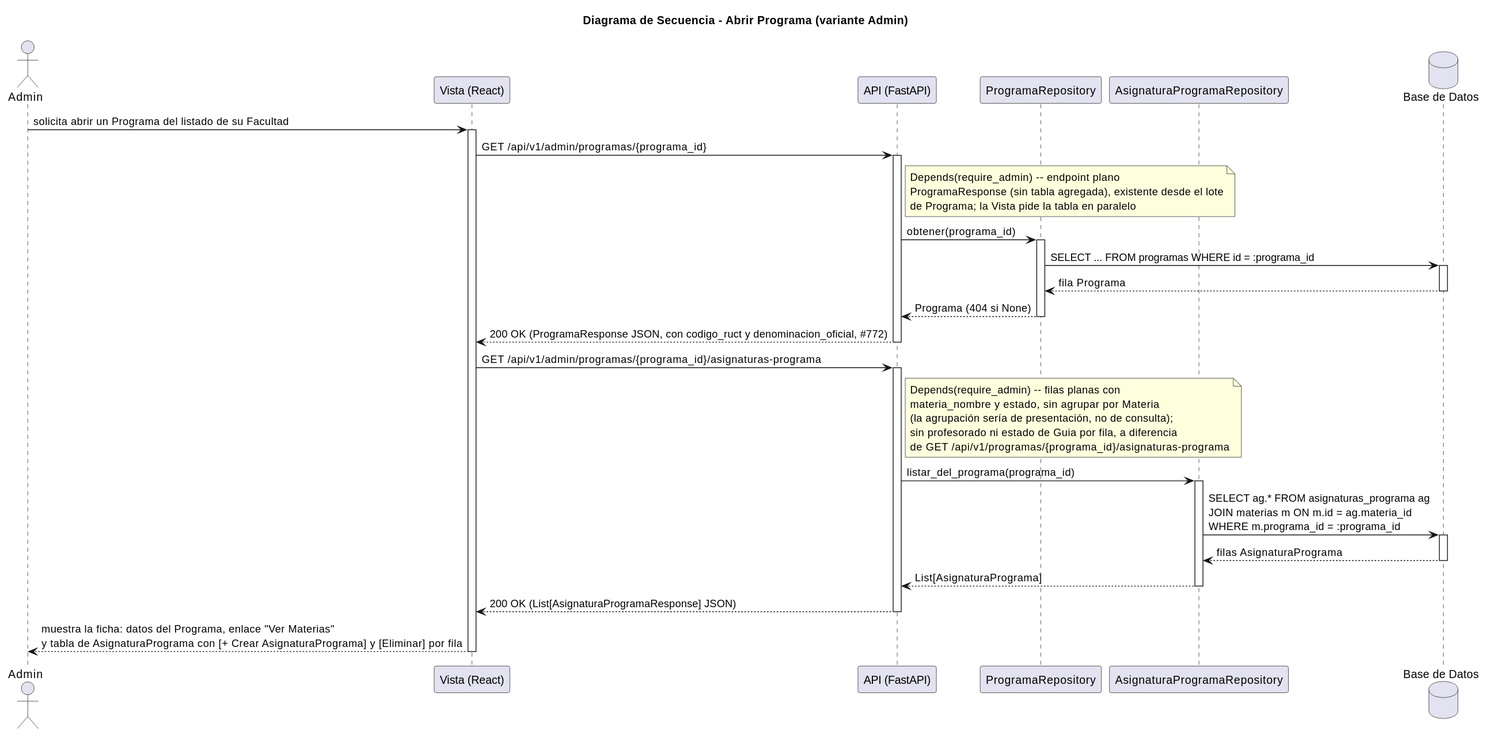
The PlantUML diagram images/RUP/03-diseño/casos-uso/abrirPrograma/secuencia-admin.svg in mmasias/pyCeldaPublico, before a commit. The source it was exported from:
```plantuml
@startuml
title Diagrama de Secuencia - Abrir Programa (variante Admin)

actor "Admin" as Admin
participant "Vista (React)" as Vista
participant "API (FastAPI)" as API
participant "ProgramaRepository" as ProgramaRepo
participant "AsignaturaProgramaRepository" as AsignaturaProgramaRepo
database "Base de Datos" as DB

Admin -> Vista: solicita abrir un Programa del listado de su Facultad
activate Vista
Vista -> API: GET /api/v1/admin/programas/{programa_id}
activate API
note right of API: Depends(require_admin) -- endpoint plano\nProgramaResponse (sin tabla agregada), existente desde el lote\nde Programa; la Vista pide la tabla en paralelo
API -> ProgramaRepo: obtener(programa_id)
activate ProgramaRepo
ProgramaRepo -> DB: SELECT ... FROM programas WHERE id = :programa_id
activate DB
DB --> ProgramaRepo: fila Programa
deactivate DB
ProgramaRepo --> API: Programa (404 si None)
deactivate ProgramaRepo

API --> Vista: 200 OK (ProgramaResponse JSON, con codigo_ruct y denominacion_oficial, #772)
deactivate API

Vista -> API: GET /api/v1/admin/programas/{programa_id}/asignaturas-programa
activate API
note right of API: Depends(require_admin) -- filas planas con\nmateria_nombre y estado, sin agrupar por Materia\n(la agrupación sería de presentación, no de consulta);\nsin profesorado ni estado de Guia por fila, a diferencia\nde GET /api/v1/programas/{programa_id}/asignaturas-programa
API -> AsignaturaProgramaRepo: listar_del_programa(programa_id)
activate AsignaturaProgramaRepo
AsignaturaProgramaRepo -> DB: SELECT ag.* FROM asignaturas_programa ag\nJOIN materias m ON m.id = ag.materia_id\nWHERE m.programa_id = :programa_id
activate DB
DB --> AsignaturaProgramaRepo: filas AsignaturaPrograma
deactivate DB
AsignaturaProgramaRepo --> API: List[AsignaturaPrograma]
deactivate AsignaturaProgramaRepo

API --> Vista: 200 OK (List[AsignaturaProgramaResponse] JSON)
deactivate API
Vista --> Admin: muestra la ficha: datos del Programa, enlace "Ver Materias"\ny tabla de AsignaturaPrograma con [+ Crear AsignaturaPrograma] y [Eliminar] por fila
deactivate Vista
@enduml
```
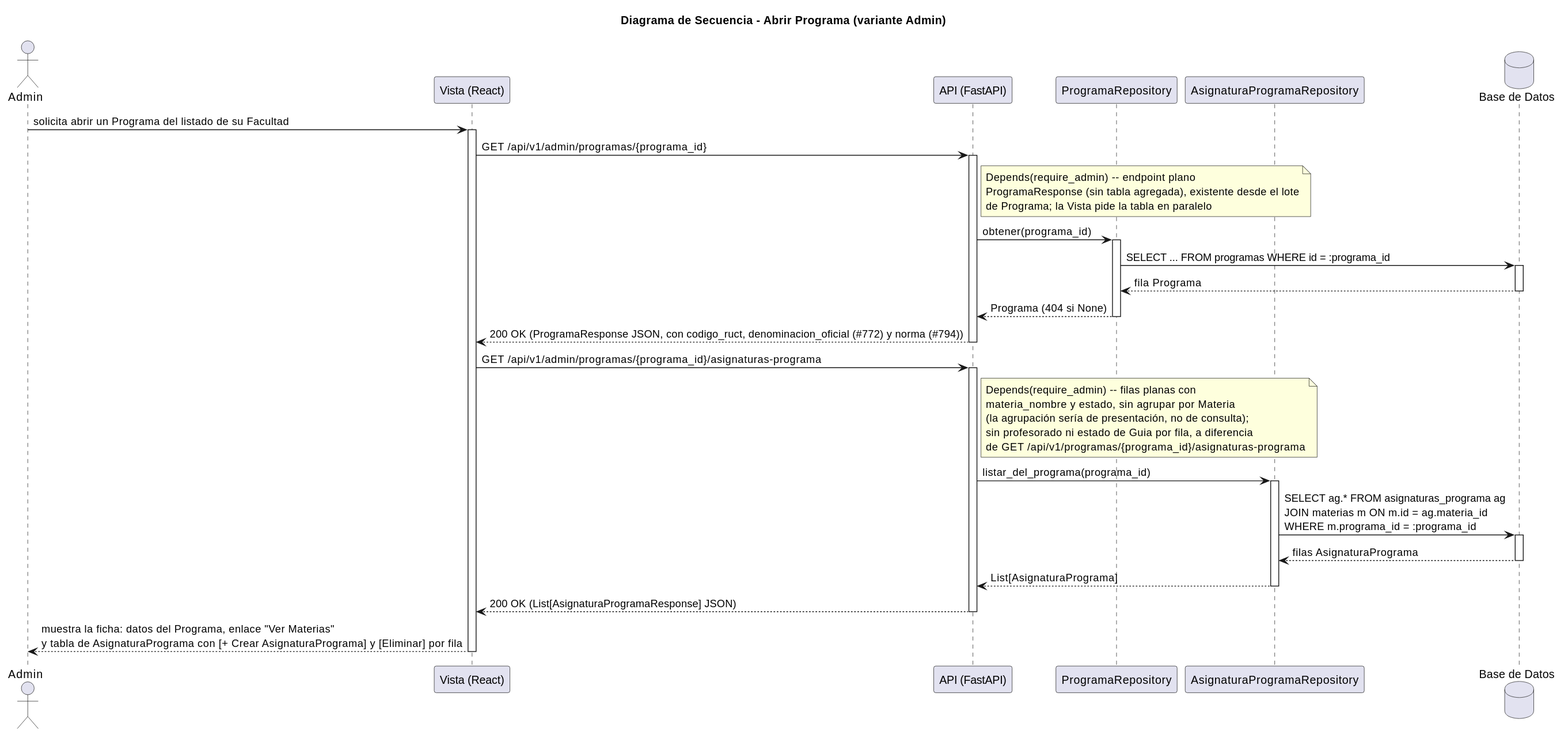
After the commit.

Change to the diagram source:
```diff
@@ -22,7 +22,7 @@
 ProgramaRepo --> API: Programa (404 si None)
 deactivate ProgramaRepo
 
-API --> Vista: 200 OK (ProgramaResponse JSON, con codigo_ruct y denominacion_oficial, #772)
+API --> Vista: 200 OK (ProgramaResponse JSON, con codigo_ruct, denominacion_oficial (#772) y norma (#794))
 deactivate API
 
 Vista -> API: GET /api/v1/admin/programas/{programa_id}/asignaturas-programa
```
